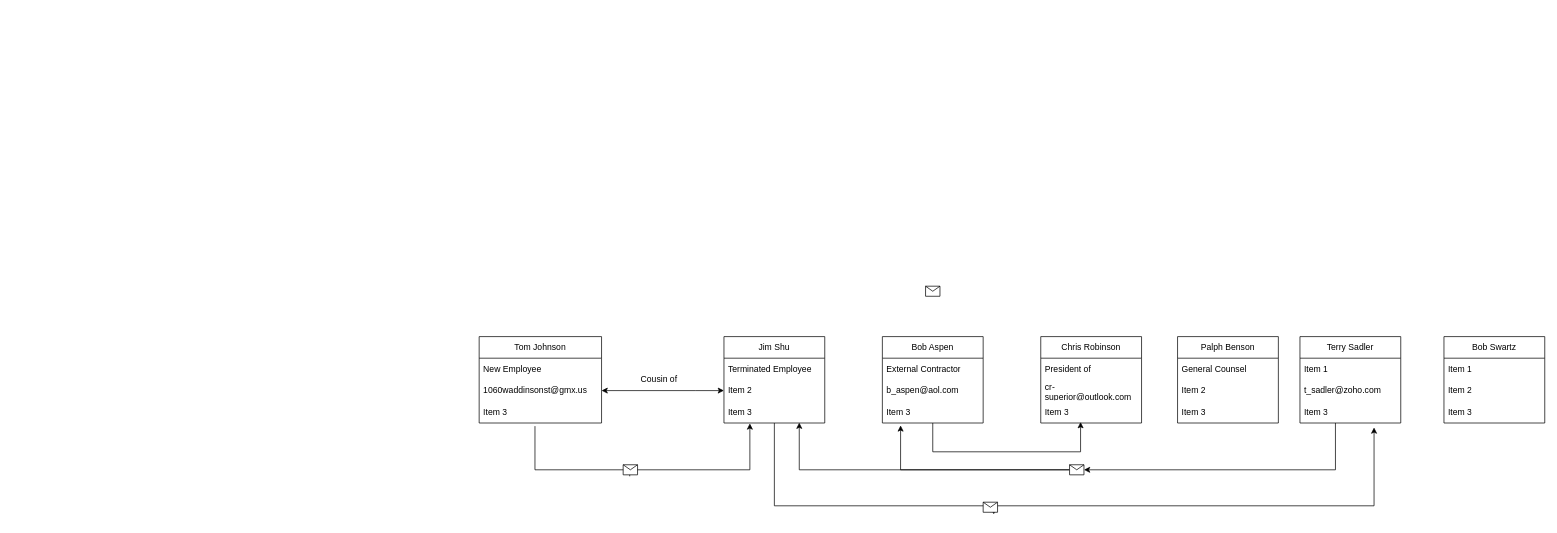
Above: Untitled Diagram.drawio in Jeenix/info-sec (draw.io), before the change. Source tidied: cells renumbered, new cells numbered last; positions are measured from the earlier drawing's top-left corner, leaving out a move shared by most shapes. Both pictures are drawn from the tidied source at 72%, with x=0, y=0 at pixel (479, 286).
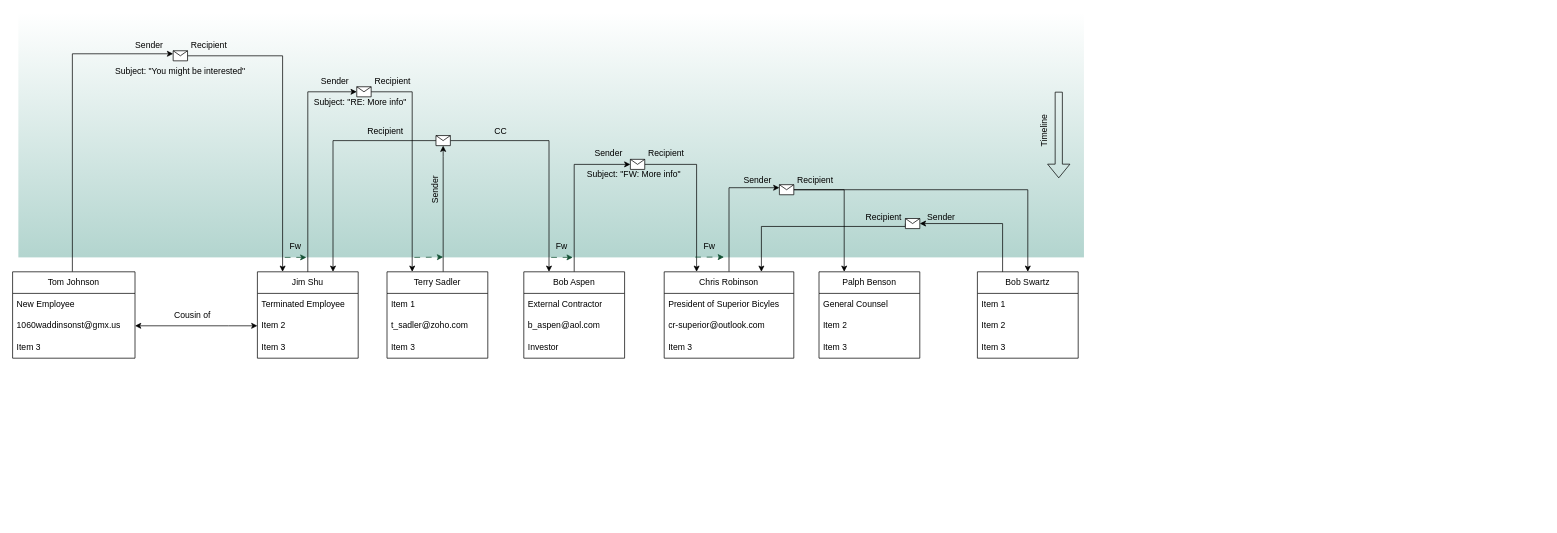
The same diagram, later.

Unchanged cells that the change refers to:
```xml
<mxCell id="4" value="1060waddinsonst@gmx.us" style="text;strokeColor=none;fillColor=none;align=left;verticalAlign=middle;spacingLeft=4;spacingRight=4;overflow=hidden;points=[[0,0.5],[1,0.5]];portConstraint=eastwest;whiteSpace=wrap;html=1;" parent="2" vertex="1">
  <mxGeometry y="60" width="170" height="30" as="geometry" />
</mxCell>
<mxCell id="5" value="Item 3" style="text;strokeColor=none;fillColor=none;align=left;verticalAlign=middle;spacingLeft=4;spacingRight=4;overflow=hidden;points=[[0,0.5],[1,0.5]];portConstraint=eastwest;whiteSpace=wrap;html=1;" parent="2" vertex="1">
  <mxGeometry y="90" width="170" height="30" as="geometry" />
</mxCell>
<mxCell id="9" value="Item 2" style="text;strokeColor=none;fillColor=none;align=left;verticalAlign=middle;spacingLeft=4;spacingRight=4;overflow=hidden;points=[[0,0.5],[1,0.5]];portConstraint=eastwest;whiteSpace=wrap;html=1;" parent="7" vertex="1">
  <mxGeometry y="60" width="140" height="30" as="geometry" />
</mxCell>
<mxCell id="10" value="Item 3" style="text;strokeColor=none;fillColor=none;align=left;verticalAlign=middle;spacingLeft=4;spacingRight=4;overflow=hidden;points=[[0,0.5],[1,0.5]];portConstraint=eastwest;whiteSpace=wrap;html=1;" parent="7" vertex="1">
  <mxGeometry y="90" width="140" height="30" as="geometry" />
</mxCell>
<mxCell id="28" value="Item 3" style="text;strokeColor=none;fillColor=none;align=left;verticalAlign=middle;spacingLeft=4;spacingRight=4;overflow=hidden;points=[[0,0.5],[1,0.5]];portConstraint=eastwest;whiteSpace=wrap;html=1;" parent="25" vertex="1">
  <mxGeometry y="90" width="140" height="30" as="geometry" />
</mxCell>
```

Diff of the diagram source:
```diff
@@
+    <mxCell id="44" style="rounded=0;whiteSpace=wrap;html=1;opacity=50;fillColor=#FFFFFF;strokeColor=none;gradientColor=#67AB9F;" parent="1" vertex="1">
+      <mxGeometry x="-640" y="-380" width="1480" height="340" as="geometry" />
+    </mxCell>
+    <mxCell id="45" style="edgeStyle=orthogonalEdgeStyle;rounded=0;jettySize=auto;html=1;entryX=0;entryY=0.3;entryDx=0;entryDy=0;" parent="1" edge="1" source="2" target="54">
+      <mxGeometry relative="1" as="geometry">
+        <Array as="points">
+          <mxPoint x="-565" y="-323" />
+        </Array>
+      </mxGeometry>
+    </mxCell>
     <mxCell id="2" value="Tom Johnson" style="swimlane;fontStyle=0;horizontal=1;startSize=30;whiteSpace=wrap;html=1;" parent="1" vertex="1">
-      <mxGeometry y="70" width="170" height="120" as="geometry" />
+      <mxGeometry x="-648" y="-20" width="170" height="120" as="geometry" />
     </mxCell>
@@
-    <mxCell id="6" style="edgeStyle=orthogonalEdgeStyle;rounded=0;jettySize=auto;html=1;entryX=0.735;entryY=1.208;entryDx=0;entryDy=0;entryPerimeter=0;" parent="1" edge="1" source="38" target="28">
-      <mxGeometry relative="1" as="geometry">
-        <Array as="points">
-          <mxPoint x="1243" y="305" />
-        </Array>
-      </mxGeometry>
-    </mxCell>
     <mxCell id="7" value="Jim Shu" style="swimlane;fontStyle=0;horizontal=1;startSize=30;whiteSpace=wrap;html=1;" parent="1" vertex="1">
-      <mxGeometry x="340" y="70" width="140" height="120" as="geometry" />
+      <mxGeometry x="-308" y="-20" width="140" height="120" as="geometry" />
     </mxCell>
@@
     <mxCell id="11" style="edgeStyle=orthogonalEdgeStyle;rounded=0;jettySize=auto;html=1;entryX=1;entryY=0.5;entryDx=0;entryDy=0;startArrow=classic;startFill=1;" parent="1" edge="1" source="9" target="4">
       <mxGeometry relative="1" as="geometry">
         <Array as="points">
-          <mxPoint x="300" y="145" />
-          <mxPoint x="300" y="145" />
+          <mxPoint x="-348" y="55" />
+          <mxPoint x="-348" y="55" />
         </Array>
       </mxGeometry>
     </mxCell>
     <mxCell id="12" value="Cousin of" style="text;html=1;strokeColor=none;fillColor=none;align=center;verticalAlign=middle;whiteSpace=wrap;rounded=0;" parent="1" vertex="1">
-      <mxGeometry x="220" y="115" width="60" height="30" as="geometry" />
+      <mxGeometry x="-428" y="25" width="60" height="30" as="geometry" />
     </mxCell>
+    <mxCell id="46" style="edgeStyle=orthogonalEdgeStyle;rounded=0;jettySize=auto;html=1;exitX=0.5;exitY=0;exitDx=0;exitDy=0;entryX=0;entryY=0.3;entryDx=0;entryDy=0;" parent="1" edge="1" source="13" target="71">
+      <mxGeometry relative="1" as="geometry" />
+    </mxCell>
     <mxCell id="13" value="Chris Robinson" style="swimlane;fontStyle=0;horizontal=1;startSize=30;whiteSpace=wrap;html=1;" parent="1" vertex="1">
-      <mxGeometry x="780" y="70" width="140" height="120" as="geometry" />
+      <mxGeometry x="257" y="-20" width="180" height="120" as="geometry" />
     </mxCell>
-    <mxCell id="14" value="President of&amp;nbsp;" style="text;strokeColor=none;fillColor=none;align=left;verticalAlign=middle;spacingLeft=4;spacingRight=4;overflow=hidden;whiteSpace=wrap;html=1;" parent="13" vertex="1">
-      <mxGeometry y="30" width="140" height="30" as="geometry" />
+    <mxCell id="14" value="President of Superior Bicyles" style="text;strokeColor=none;fillColor=none;align=left;verticalAlign=middle;spacingLeft=4;spacingRight=4;overflow=hidden;whiteSpace=wrap;html=1;" parent="13" vertex="1">
+      <mxGeometry y="30" width="180" height="30" as="geometry" />
     </mxCell>
     <mxCell id="15" value="cr-superior@outlook.com" style="text;strokeColor=none;fillColor=none;align=left;verticalAlign=middle;spacingLeft=4;spacingRight=4;overflow=hidden;whiteSpace=wrap;html=1;" parent="13" vertex="1">
-      <mxGeometry y="60" width="140" height="30" as="geometry" />
+      <mxGeometry y="60" width="180" height="30" as="geometry" />
     </mxCell>
     <mxCell id="16" value="Item 3" style="text;strokeColor=none;fillColor=none;align=left;verticalAlign=middle;spacingLeft=4;spacingRight=4;overflow=hidden;points=[[0,0.5],[1,0.5]];portConstraint=eastwest;whiteSpace=wrap;html=1;" parent="13" vertex="1">
-      <mxGeometry y="90" width="140" height="30" as="geometry" />
+      <mxGeometry y="90" width="180" height="30" as="geometry" />
     </mxCell>
+    <mxCell id="47" style="edgeStyle=orthogonalEdgeStyle;rounded=0;jettySize=auto;html=1;exitX=0.5;exitY=0;exitDx=0;exitDy=0;entryX=0;entryY=0.5;entryDx=0;entryDy=0;" parent="1" edge="1" source="17" target="58">
+      <mxGeometry relative="1" as="geometry" />
+    </mxCell>
     <mxCell id="17" value="Bob Aspen" style="swimlane;fontStyle=0;horizontal=1;startSize=30;whiteSpace=wrap;html=1;" parent="1" vertex="1">
-      <mxGeometry x="560" y="70" width="140" height="120" as="geometry" />
+      <mxGeometry x="62" y="-20" width="140" height="120" as="geometry" />
     </mxCell>
@@
-    <mxCell id="20" value="Item 3" style="text;strokeColor=none;fillColor=none;align=left;verticalAlign=middle;spacingLeft=4;spacingRight=4;overflow=hidden;points=[[0,0.5],[1,0.5]];portConstraint=eastwest;whiteSpace=wrap;html=1;" parent="17" vertex="1">
+    <mxCell id="20" value="Investor" style="text;strokeColor=none;fillColor=none;align=left;verticalAlign=middle;spacingLeft=4;spacingRight=4;overflow=hidden;points=[[0,0.5],[1,0.5]];portConstraint=eastwest;whiteSpace=wrap;html=1;" parent="17" vertex="1">
       <mxGeometry y="90" width="140" height="30" as="geometry" />
     </mxCell>
     <mxCell id="21" value="Palph Benson" style="swimlane;fontStyle=0;horizontal=1;startSize=30;whiteSpace=wrap;html=1;" parent="1" vertex="1">
-      <mxGeometry x="970" y="70" width="140" height="120" as="geometry" />
+      <mxGeometry x="472" y="-20" width="140" height="120" as="geometry" />
     </mxCell>
@@
+    <mxCell id="48" style="edgeStyle=orthogonalEdgeStyle;rounded=0;jettySize=auto;html=1;entryX=0.5;entryY=1;entryDx=0;entryDy=0;" parent="1" edge="1" source="25" target="42">
+      <mxGeometry relative="1" as="geometry">
+        <Array as="points">
+          <mxPoint x="-50" y="-180" />
+          <mxPoint x="-50" y="-180" />
+        </Array>
+      </mxGeometry>
+    </mxCell>
     <mxCell id="25" value="Terry Sadler" style="swimlane;fontStyle=0;horizontal=1;startSize=30;whiteSpace=wrap;html=1;" parent="1" vertex="1">
-      <mxGeometry x="1140" y="70" width="140" height="120" as="geometry" />
+      <mxGeometry x="-128" y="-20" width="140" height="120" as="geometry" />
     </mxCell>
@@
+    <mxCell id="49" style="edgeStyle=orthogonalEdgeStyle;rounded=0;jettySize=auto;html=1;exitX=0;exitY=0.5;exitDx=0;exitDy=0;entryX=0.75;entryY=0;entryDx=0;entryDy=0;" parent="1" edge="1" source="73" target="13">
+      <mxGeometry relative="1" as="geometry">
+        <Array as="points">
+          <mxPoint x="392" y="-83" />
+        </Array>
+      </mxGeometry>
+    </mxCell>
     <mxCell id="29" value="Bob Swartz" style="swimlane;fontStyle=0;horizontal=1;startSize=30;whiteSpace=wrap;html=1;" parent="1" vertex="1">
-      <mxGeometry x="1340" y="70" width="140" height="120" as="geometry" />
+      <mxGeometry x="692" y="-20" width="140" height="120" as="geometry" />
     </mxCell>
@@
-    <mxCell id="33" style="edgeStyle=orthogonalEdgeStyle;rounded=0;jettySize=auto;html=1;entryX=0.395;entryY=0.957;entryDx=0;entryDy=0;entryPerimeter=0;" parent="1" edge="1" source="20" target="16">
-      <mxGeometry relative="1" as="geometry">
-        <Array as="points">
-          <mxPoint x="630" y="230" />
-          <mxPoint x="835" y="230" />
-        </Array>
-      </mxGeometry>
-    </mxCell>
-    <mxCell id="34" style="edgeStyle=orthogonalEdgeStyle;rounded=0;jettySize=auto;html=1;entryX=0.257;entryY=1.02;entryDx=0;entryDy=0;entryPerimeter=0;exitX=0.456;exitY=1.145;exitDx=0;exitDy=0;exitPerimeter=0;" parent="1" edge="1" source="36" target="10">
-      <mxGeometry relative="1" as="geometry">
-        <Array as="points">
-          <mxPoint x="376" y="255" />
-        </Array>
-      </mxGeometry>
-    </mxCell>
-    <mxCell id="35" style="edgeStyle=orthogonalEdgeStyle;rounded=0;jettySize=auto;html=1;entryX=0.257;entryY=1.02;entryDx=0;entryDy=0;entryPerimeter=0;exitX=0.456;exitY=1.145;exitDx=0;exitDy=0;exitPerimeter=0;" parent="1" edge="1" source="5" target="36">
-      <mxGeometry relative="1" as="geometry">
-        <Array as="points">
-          <mxPoint x="77" y="255" />
-        </Array>
-      </mxGeometry>
-    </mxCell>
-    <mxCell id="36" style="shape=message;html=1;outlineConnect=0;" parent="1" vertex="1">
-      <mxGeometry x="200" y="248" width="20" height="14" as="geometry" />
-    </mxCell>
-    <mxCell id="37" style="edgeStyle=orthogonalEdgeStyle;rounded=0;jettySize=auto;html=1;entryX=0.735;entryY=1.208;entryDx=0;entryDy=0;entryPerimeter=0;" parent="1" edge="1" target="38">
+    <mxCell id="37" style="edgeStyle=orthogonalEdgeStyle;rounded=0;jettySize=auto;html=1;entryX=0;entryY=0.5;entryDx=0;entryDy=0;exitX=0.5;exitY=0;exitDx=0;exitDy=0;" parent="1" edge="1" source="7" target="38">
       <mxGeometry relative="1" as="geometry">
-        <mxPoint x="410" y="190" as="sourcePoint" />
         <Array as="points">
-          <mxPoint x="410" y="305" />
+          <mxPoint x="-238" y="-270" />
         </Array>
       </mxGeometry>
     </mxCell>
+    <mxCell id="50" style="edgeStyle=orthogonalEdgeStyle;rounded=0;jettySize=auto;html=1;entryX=0.25;entryY=0;entryDx=0;entryDy=0;" parent="1" edge="1" source="38" target="25">
+      <mxGeometry relative="1" as="geometry">
+        <Array as="points">
+          <mxPoint x="-93" y="-270" />
+        </Array>
+      </mxGeometry>
+    </mxCell>
     <mxCell id="38" style="shape=message;html=1;outlineConnect=0;" parent="1" vertex="1">
-      <mxGeometry x="700" y="300" width="20" height="14" as="geometry" />
+      <mxGeometry x="-170" y="-277" width="20" height="14" as="geometry" />
     </mxCell>
-    <mxCell id="39" style="edgeStyle=orthogonalEdgeStyle;rounded=0;jettySize=auto;html=1;entryX=0.747;entryY=0.983;entryDx=0;entryDy=0;entryPerimeter=0;" parent="1" edge="1" source="41" target="10">
-      <mxGeometry relative="1" as="geometry">
-        <Array as="points">
-          <mxPoint x="445" y="255" />
-        </Array>
-      </mxGeometry>
-    </mxCell>
-    <mxCell id="40" style="edgeStyle=orthogonalEdgeStyle;rounded=0;jettySize=auto;html=1;entryX=0.181;entryY=1.111;entryDx=0;entryDy=0;entryPerimeter=0;" parent="1" edge="1" source="41" target="20">
-      <mxGeometry relative="1" as="geometry">
-        <Array as="points">
-          <mxPoint x="585" y="255" />
-        </Array>
-      </mxGeometry>
-    </mxCell>
-    <mxCell id="41" style="shape=message;html=1;outlineConnect=0;" parent="1" vertex="1">
-      <mxGeometry x="820" y="248" width="20" height="14" as="geometry" />
-    </mxCell>
+    <mxCell id="51" style="edgeStyle=orthogonalEdgeStyle;rounded=0;jettySize=auto;html=1;entryX=0.75;entryY=0;entryDx=0;entryDy=0;" parent="1" edge="1" source="42" target="7">
+      <mxGeometry relative="1" as="geometry" />
+    </mxCell>
+    <mxCell id="52" style="edgeStyle=orthogonalEdgeStyle;rounded=0;jettySize=auto;html=1;entryX=0.25;entryY=0;entryDx=0;entryDy=0;" parent="1" edge="1" source="42" target="17">
+      <mxGeometry relative="1" as="geometry">
+        <Array as="points">
+          <mxPoint x="97" y="-202" />
+        </Array>
+      </mxGeometry>
+    </mxCell>
     <mxCell id="42" style="shape=message;html=1;outlineConnect=0;" parent="1" vertex="1">
-      <mxGeometry x="620" width="20" height="14" as="geometry" />
+      <mxGeometry x="-60" y="-209.2" width="20" height="14" as="geometry" />
     </mxCell>
-    <mxCell id="43" style="edgeStyle=orthogonalEdgeStyle;rounded=0;jettySize=auto;html=1;exitX=0.352;exitY=1.001;exitDx=0;exitDy=0;exitPerimeter=0;" parent="1" edge="1" source="28" target="41">
-      <mxGeometry relative="1" as="geometry">
-        <Array as="points">
-          <mxPoint x="1189" y="255" />
-        </Array>
-      </mxGeometry>
-    </mxCell>
+    <mxCell id="53" style="edgeStyle=orthogonalEdgeStyle;rounded=0;jettySize=auto;html=1;entryX=0.25;entryY=0;entryDx=0;entryDy=0;" parent="1" edge="1" source="54" target="7">
+      <mxGeometry relative="1" as="geometry" />
+    </mxCell>
+    <mxCell id="54" style="shape=message;html=1;outlineConnect=0;" parent="1" vertex="1">
+      <mxGeometry x="-425" y="-327" width="20" height="14" as="geometry" />
+    </mxCell>
+    <mxCell id="55" value="Sender" style="text;html=1;strokeColor=none;fillColor=none;align=center;verticalAlign=middle;whiteSpace=wrap;rounded=0;rotation=-90;" parent="1" vertex="1">
+      <mxGeometry x="-90" y="-149" width="60" height="30" as="geometry" />
+    </mxCell>
+    <mxCell id="56" value="Recipient" style="text;html=1;strokeColor=none;fillColor=none;align=center;verticalAlign=middle;whiteSpace=wrap;rounded=0;" parent="1" vertex="1">
+      <mxGeometry x="-160" y="-230" width="60" height="30" as="geometry" />
+    </mxCell>
+    <mxCell id="57" style="edgeStyle=orthogonalEdgeStyle;rounded=0;jettySize=auto;html=1;entryX=0.25;entryY=0;entryDx=0;entryDy=0;" parent="1" edge="1" source="58" target="13">
+      <mxGeometry relative="1" as="geometry">
+        <Array as="points">
+          <mxPoint x="302" y="-169" />
+        </Array>
+      </mxGeometry>
+    </mxCell>
+    <mxCell id="58" style="shape=message;html=1;outlineConnect=0;" parent="1" vertex="1">
+      <mxGeometry x="210" y="-176.2" width="20" height="14" as="geometry" />
+    </mxCell>
+    <mxCell id="59" style="group;" parent="1" vertex="1">
+      <mxGeometry x="770" y="-270" width="35" height="120" as="geometry" />
+    </mxCell>
+    <mxCell id="60" style="shape=flexArrow;endArrow=classic;html=1;rounded=0;" parent="59" edge="1">
+      <mxGeometry relative="1" as="geometry">
+        <mxPoint x="35" as="sourcePoint" />
+        <mxPoint x="35" y="120" as="targetPoint" />
+      </mxGeometry>
+    </mxCell>
+    <mxCell id="61" value="Timeline" style="text;html=1;strokeColor=none;fillColor=none;align=center;verticalAlign=middle;whiteSpace=wrap;rounded=0;rotation=-90;" parent="59" vertex="1">
+      <mxGeometry x="-20" y="39" width="70" height="30" as="geometry" />
+    </mxCell>
+    <mxCell id="62" style="edgeStyle=orthogonalEdgeStyle;rounded=0;orthogonalLoop=1;jettySize=auto;html=1;exitX=0.5;exitY=1;exitDx=0;exitDy=0;" parent="1" edge="1" source="38" target="38">
+      <mxGeometry relative="1" as="geometry" />
+    </mxCell>
+    <mxCell id="63" value="CC" style="text;html=1;strokeColor=none;fillColor=none;align=center;verticalAlign=middle;whiteSpace=wrap;rounded=0;" parent="1" vertex="1">
+      <mxGeometry y="-230" width="60" height="30" as="geometry" />
+    </mxCell>
+    <mxCell id="64" style="endArrow=classic;html=1;rounded=0;dashed=1;dashPattern=8 8;strokeColor=#124f32;" parent="1" edge="1">
+      <mxGeometry relative="1" as="geometry">
+        <mxPoint x="-270" y="-40" as="sourcePoint" />
+        <mxPoint x="-240" y="-40" as="targetPoint" />
+      </mxGeometry>
+    </mxCell>
+    <mxCell id="65" style="endArrow=classic;html=1;rounded=0;dashed=1;dashPattern=8 8;strokeColor=#124f32;" parent="1" edge="1">
+      <mxGeometry relative="1" as="geometry">
+        <mxPoint x="-90" y="-40" as="sourcePoint" />
+        <mxPoint x="-50" y="-40.4" as="targetPoint" />
+      </mxGeometry>
+    </mxCell>
+    <mxCell id="66" style="endArrow=classic;html=1;rounded=0;dashed=1;dashPattern=8 8;strokeColor=#124f32;" parent="1" edge="1">
+      <mxGeometry relative="1" as="geometry">
+        <mxPoint x="100" y="-40" as="sourcePoint" />
+        <mxPoint x="130" y="-40" as="targetPoint" />
+      </mxGeometry>
+    </mxCell>
+    <mxCell id="67" value="Fw" style="text;html=1;strokeColor=none;fillColor=none;align=center;verticalAlign=middle;whiteSpace=wrap;rounded=0;" parent="1" vertex="1">
+      <mxGeometry x="-285" y="-70" width="60" height="30" as="geometry" />
+    </mxCell>
+    <mxCell id="68" value="Fw" style="text;html=1;strokeColor=none;fillColor=none;align=center;verticalAlign=middle;whiteSpace=wrap;rounded=0;" parent="1" vertex="1">
+      <mxGeometry x="85" y="-70" width="60" height="30" as="geometry" />
+    </mxCell>
+    <mxCell id="69" style="edgeStyle=orthogonalEdgeStyle;rounded=0;jettySize=auto;html=1;entryX=0.25;entryY=0;entryDx=0;entryDy=0;" parent="1" edge="1" source="71" target="21">
+      <mxGeometry relative="1" as="geometry">
+        <Array as="points">
+          <mxPoint x="507" y="-134" />
+        </Array>
+      </mxGeometry>
+    </mxCell>
+    <mxCell id="70" style="edgeStyle=orthogonalEdgeStyle;rounded=0;jettySize=auto;html=1;entryX=0.5;entryY=0;entryDx=0;entryDy=0;" parent="1" edge="1" source="71" target="29">
+      <mxGeometry relative="1" as="geometry" />
+    </mxCell>
+    <mxCell id="71" style="shape=message;html=1;outlineConnect=0;" parent="1" vertex="1">
+      <mxGeometry x="417" y="-141" width="20" height="14" as="geometry" />
+    </mxCell>
+    <mxCell id="72" style="edgeStyle=orthogonalEdgeStyle;rounded=0;jettySize=auto;html=1;exitX=0.25;exitY=0;exitDx=0;exitDy=0;entryX=1;entryY=0.5;entryDx=0;entryDy=0;" parent="1" edge="1" source="29" target="73">
+      <mxGeometry relative="1" as="geometry">
+        <Array as="points">
+          <mxPoint x="727" y="-87" />
+        </Array>
+      </mxGeometry>
+    </mxCell>
+    <mxCell id="73" style="shape=message;html=1;outlineConnect=0;" parent="1" vertex="1">
+      <mxGeometry x="592" y="-94" width="20" height="14" as="geometry" />
+    </mxCell>
+    <mxCell id="74" style="group;" parent="1" vertex="1">
+      <mxGeometry x="-515" y="-350" width="200" height="67" as="geometry" />
+    </mxCell>
+    <mxCell id="75" value="Sender" style="text;html=1;strokeColor=none;fillColor=none;align=center;verticalAlign=middle;whiteSpace=wrap;rounded=0;" parent="74" vertex="1">
+      <mxGeometry x="27" width="60" height="30" as="geometry" />
+    </mxCell>
+    <mxCell id="76" value="Recipient" style="text;html=1;strokeColor=none;fillColor=none;align=center;verticalAlign=middle;whiteSpace=wrap;rounded=0;" parent="74" vertex="1">
+      <mxGeometry x="110" width="60" height="30" as="geometry" />
+    </mxCell>
+    <mxCell id="77" value="Subject: &quot;You might be interested&quot;" style="text;html=1;strokeColor=none;fillColor=none;align=center;verticalAlign=middle;whiteSpace=wrap;rounded=0;" parent="74" vertex="1">
+      <mxGeometry y="37" width="200" height="30" as="geometry" />
+    </mxCell>
+    <mxCell id="78" style="group;" parent="1" vertex="1">
+      <mxGeometry x="-240" y="-300" width="150" height="60" as="geometry" />
+    </mxCell>
+    <mxCell id="79" value="Sender" style="text;html=1;strokeColor=none;fillColor=none;align=center;verticalAlign=middle;whiteSpace=wrap;rounded=0;" parent="78" vertex="1">
+      <mxGeometry x="10" width="60" height="30" as="geometry" />
+    </mxCell>
+    <mxCell id="80" value="Recipient" style="text;html=1;strokeColor=none;fillColor=none;align=center;verticalAlign=middle;whiteSpace=wrap;rounded=0;" parent="78" vertex="1">
+      <mxGeometry x="90" width="60" height="30" as="geometry" />
+    </mxCell>
+    <mxCell id="81" value="Subject: &quot;RE: More info&quot;" style="text;html=1;strokeColor=none;fillColor=none;align=center;verticalAlign=middle;whiteSpace=wrap;rounded=0;" parent="78" vertex="1">
+      <mxGeometry y="30" width="150" height="30" as="geometry" />
+    </mxCell>
+    <mxCell id="82" style="group;" parent="1" vertex="1">
+      <mxGeometry x="130" y="-200" width="170" height="60" as="geometry" />
+    </mxCell>
+    <mxCell id="83" value="Sender" style="text;html=1;strokeColor=none;fillColor=none;align=center;verticalAlign=middle;whiteSpace=wrap;rounded=0;" parent="82" vertex="1">
+      <mxGeometry x="20" width="60" height="30" as="geometry" />
+    </mxCell>
+    <mxCell id="84" value="Recipient" style="text;html=1;strokeColor=none;fillColor=none;align=center;verticalAlign=middle;whiteSpace=wrap;rounded=0;" parent="82" vertex="1">
+      <mxGeometry x="100" width="60" height="30" as="geometry" />
+    </mxCell>
+    <mxCell id="85" value="Subject: &quot;FW: More info&quot;" style="text;html=1;strokeColor=none;fillColor=none;align=center;verticalAlign=middle;whiteSpace=wrap;rounded=0;" parent="82" vertex="1">
+      <mxGeometry y="30" width="170" height="30" as="geometry" />
+    </mxCell>
+    <mxCell id="86" value="Sender" style="text;html=1;strokeColor=none;fillColor=none;align=center;verticalAlign=middle;whiteSpace=wrap;rounded=0;" parent="1" vertex="1">
+      <mxGeometry x="357" y="-162.2" width="60" height="30" as="geometry" />
+    </mxCell>
+    <mxCell id="87" value="Recipient" style="text;html=1;strokeColor=none;fillColor=none;align=center;verticalAlign=middle;whiteSpace=wrap;rounded=0;" parent="1" vertex="1">
+      <mxGeometry x="437" y="-162.2" width="60" height="30" as="geometry" />
+    </mxCell>
+    <mxCell id="88" value="Sender" style="text;html=1;strokeColor=none;fillColor=none;align=center;verticalAlign=middle;whiteSpace=wrap;rounded=0;" parent="1" vertex="1">
+      <mxGeometry x="612" y="-110" width="60" height="30" as="geometry" />
+    </mxCell>
+    <mxCell id="89" value="Recipient" style="text;html=1;strokeColor=none;fillColor=none;align=center;verticalAlign=middle;whiteSpace=wrap;rounded=0;" parent="1" vertex="1">
+      <mxGeometry x="532" y="-110" width="60" height="30" as="geometry" />
+    </mxCell>
+    <mxCell id="90" style="endArrow=classic;html=1;rounded=0;dashed=1;dashPattern=8 8;strokeColor=#124f32;" parent="1" edge="1">
+      <mxGeometry relative="1" as="geometry">
+        <mxPoint x="300" y="-40.4" as="sourcePoint" />
+        <mxPoint x="340" y="-40.4" as="targetPoint" />
+      </mxGeometry>
+    </mxCell>
+    <mxCell id="91" value="Fw" style="text;html=1;strokeColor=none;fillColor=none;align=center;verticalAlign=middle;whiteSpace=wrap;rounded=0;" parent="1" vertex="1">
+      <mxGeometry x="290" y="-70" width="60" height="30" as="geometry" />
+    </mxCell>
```
